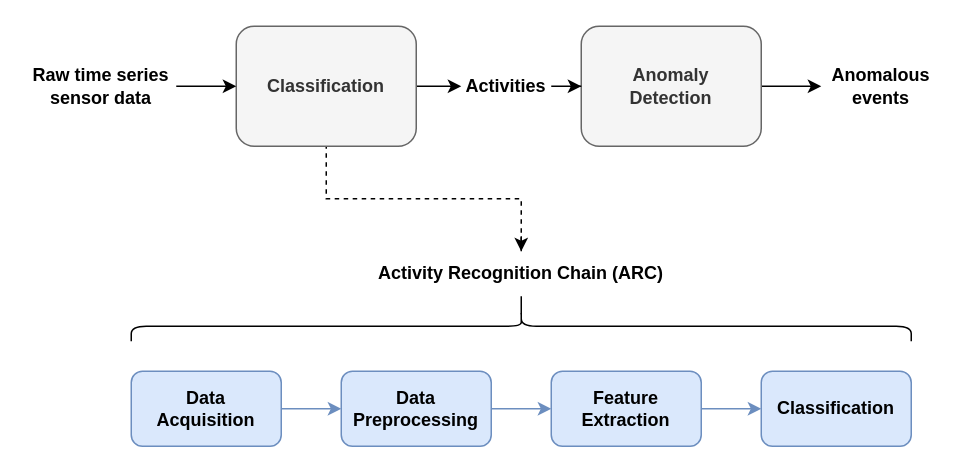
This is Report Help/arc_anomaly.drawio from jaduplessis/DesignProject4, a draw.io file, before an edit. Source tidied: cells renumbered, new cells numbered last; positions are measured from the earlier drawing's top-left corner, leaving out a move shared by most shapes. Both pictures are drawn from the tidied source at 150%, with x=0, y=0 at pixel (26, 26).
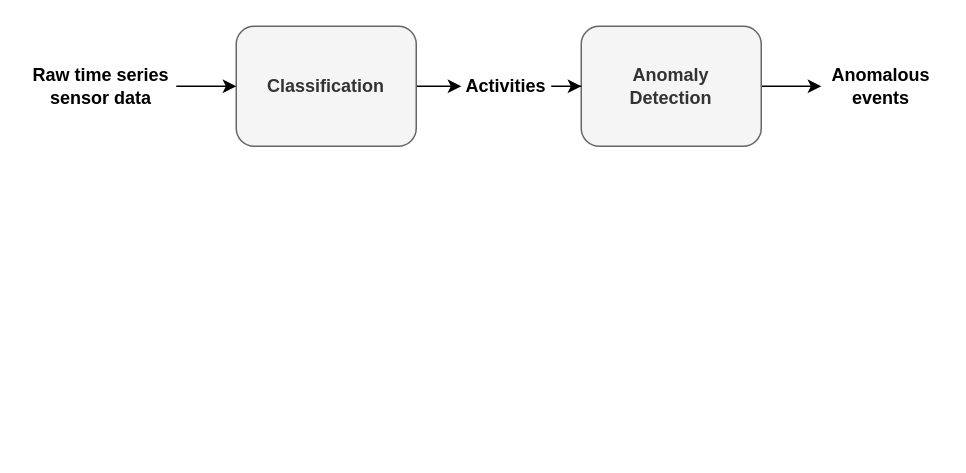
The same diagram, later.

Unchanged cells that the change refers to:
```xml
<mxCell id="15" value="Classification" style="rounded=1;whiteSpace=wrap;html=1;fillColor=#f5f5f5;strokeColor=#666666;fontStyle=1;fontColor=#333333;" parent="1" vertex="1">
  <mxGeometry x="140" width="120" height="80" as="geometry" />
</mxCell>
```

Change to the diagram source:
```diff
@@
-    <mxCell id="2" style="edgeStyle=orthogonalEdgeStyle;rounded=0;jettySize=auto;html=1;fillColor=#dae8fc;strokeColor=#6c8ebf;fontStyle=1;" parent="1" edge="1" source="3" target="5">
-      <mxGeometry relative="1" as="geometry" />
-    </mxCell>
-    <mxCell id="3" value="&lt;div&gt;Data &lt;br&gt;&lt;/div&gt;&lt;div&gt;Acquisition&lt;/div&gt;" style="rounded=1;whiteSpace=wrap;html=1;fillColor=#dae8fc;strokeColor=#6c8ebf;fontStyle=1;" parent="1" vertex="1">
-      <mxGeometry x="70" y="230" width="100" height="50" as="geometry" />
-    </mxCell>
-    <mxCell id="4" style="edgeStyle=orthogonalEdgeStyle;rounded=0;jettySize=auto;html=1;fillColor=#dae8fc;strokeColor=#6c8ebf;fontStyle=1;" parent="1" edge="1" source="5" target="7">
-      <mxGeometry relative="1" as="geometry" />
-    </mxCell>
-    <mxCell id="5" value="&lt;div&gt;Data &lt;br&gt;&lt;/div&gt;&lt;div&gt;Preprocessing&lt;/div&gt;" style="rounded=1;whiteSpace=wrap;html=1;fillColor=#dae8fc;strokeColor=#6c8ebf;fontStyle=1;" parent="1" vertex="1">
-      <mxGeometry x="210" y="230" width="100" height="50" as="geometry" />
-    </mxCell>
-    <mxCell id="6" style="edgeStyle=orthogonalEdgeStyle;rounded=0;jettySize=auto;html=1;fillColor=#dae8fc;strokeColor=#6c8ebf;fontStyle=1;" parent="1" edge="1" source="7" target="8">
-      <mxGeometry relative="1" as="geometry" />
-    </mxCell>
-    <mxCell id="7" value="&lt;div&gt;Feature &lt;br&gt;&lt;/div&gt;&lt;div&gt;Extraction&lt;/div&gt;" style="rounded=1;whiteSpace=wrap;html=1;fillColor=#dae8fc;strokeColor=#6c8ebf;fontStyle=1;" parent="1" vertex="1">
-      <mxGeometry x="350" y="230" width="100" height="50" as="geometry" />
-    </mxCell>
-    <mxCell id="8" value="Classification" style="rounded=1;whiteSpace=wrap;html=1;fillColor=#dae8fc;strokeColor=#6c8ebf;fontStyle=1;" parent="1" vertex="1">
-      <mxGeometry x="490" y="230" width="100" height="50" as="geometry" />
-    </mxCell>
-    <mxCell id="9" style="edgeStyle=orthogonalEdgeStyle;rounded=0;jettySize=auto;html=1;exitX=0.1;exitY=0.5;exitDx=0;exitDy=0;exitPerimeter=0;entryX=0.5;entryY=1;entryDx=0;entryDy=0;endArrow=none;endFill=0;" parent="1" edge="1" source="10" target="12">
-      <mxGeometry relative="1" as="geometry" />
-    </mxCell>
-    <mxCell id="10" style="shape=curlyBracket;whiteSpace=wrap;html=1;rounded=1;labelPosition=left;verticalLabelPosition=middle;align=right;verticalAlign=middle;direction=south;fontStyle=1;" parent="1" vertex="1">
-      <mxGeometry x="70" y="190" width="520" height="20" as="geometry" />
-    </mxCell>
-    <mxCell id="11" style="edgeStyle=orthogonalEdgeStyle;rounded=0;jettySize=auto;html=1;entryX=0.5;entryY=1;entryDx=0;entryDy=0;endArrow=none;endFill=0;startArrow=classic;startFill=1;dashed=1;" parent="1" edge="1" source="12" target="15">
-      <mxGeometry relative="1" as="geometry" />
-    </mxCell>
-    <mxCell id="12" value="Activity Recognition Chain (ARC)" style="text;html=1;strokeColor=none;fillColor=none;align=center;verticalAlign=middle;whiteSpace=wrap;rounded=0;fontStyle=1;opacity=0;" parent="1" vertex="1">
-      <mxGeometry x="215" y="150" width="230" height="30" as="geometry" />
-    </mxCell>
@@
-    <mxCell id="14" style="edgeStyle=orthogonalEdgeStyle;rounded=0;jettySize=auto;html=1;endArrow=none;endFill=0;" parent="1" edge="1" target="12">
-      <mxGeometry relative="1" as="geometry">
-        <mxPoint x="330" y="140" as="sourcePoint" />
-        <Array as="points">
-          <mxPoint x="330" y="150" />
-          <mxPoint x="330" y="150" />
-        </Array>
-      </mxGeometry>
-    </mxCell>
```
